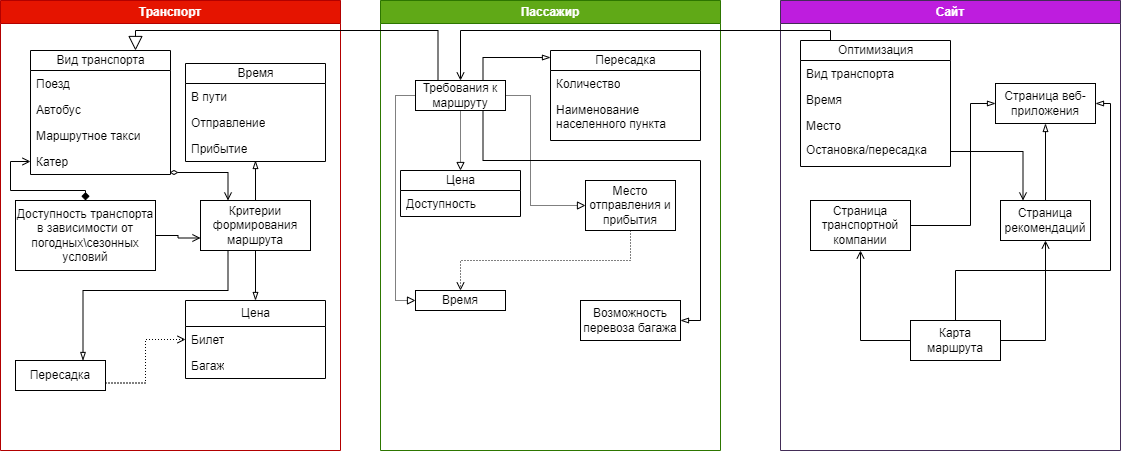
The draw.io diagram мпо.png in Anaastasiya/-, before a commit. Source tidied: cells renumbered, new cells last; positions are measured from the earlier drawing's top-left corner, leaving out a move shared by most shapes.
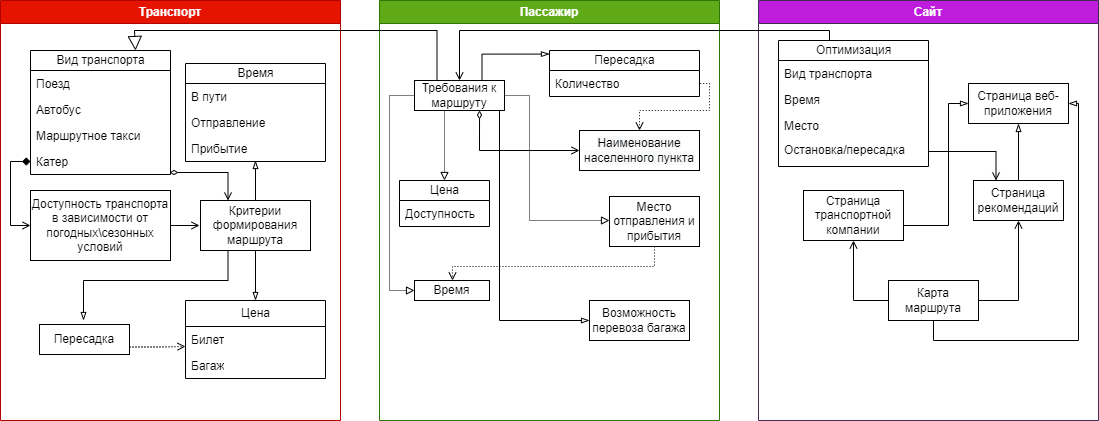
Above is the later version.

What changed in the source:
```diff
@@ -3,7 +3,7 @@
     <mxCell id="0" />
     <mxCell id="1" parent="0" />
     <mxCell id="2" value="Транспорт" style="swimlane;whiteSpace=wrap;html=1;fillColor=#e51400;strokeColor=#B20000;fontColor=#ffffff;" parent="1" vertex="1">
-      <mxGeometry width="340" height="450" as="geometry" />
+      <mxGeometry x="1" width="340" height="420" as="geometry" />
     </mxCell>
     <mxCell id="3" value="Вид транспорта" style="swimlane;fontStyle=0;horizontal=1;startSize=20;fillColor=none;html=1;" parent="2" vertex="1">
       <mxGeometry x="30" y="50" width="140" height="124" as="geometry" />
@@ -32,11 +32,11 @@
     <mxCell id="11" value="Прибытие" style="text;strokeColor=none;fillColor=none;align=left;verticalAlign=top;spacingLeft=4;spacingRight=4;overflow=hidden;points=[[0,0.5],[1,0.5]];portConstraint=eastwest;whiteSpace=wrap;html=1;" parent="8" vertex="1">
       <mxGeometry y="72" width="140" height="26" as="geometry" />
     </mxCell>
-    <mxCell id="12" style="edgeStyle=orthogonalEdgeStyle;rounded=0;jettySize=auto;html=1;exitX=1;exitY=0.75;exitDx=0;exitDy=0;entryX=0;entryY=0.5;entryDx=0;entryDy=0;startArrow=none;startFill=0;endArrow=open;endFill=0;dashed=1;dashPattern=1 2;" parent="2" edge="1" source="13" target="20">
+    <mxCell id="12" style="edgeStyle=orthogonalEdgeStyle;rounded=0;jettySize=auto;html=1;exitX=1;exitY=0.75;exitDx=0;exitDy=0;entryX=0;entryY=0.769;entryDx=0;entryDy=0;startArrow=none;startFill=0;endArrow=open;endFill=0;dashed=1;dashPattern=1 2;entryPerimeter=0;" parent="2" edge="1" source="13" target="20">
       <mxGeometry relative="1" as="geometry" />
     </mxCell>
     <mxCell id="13" value="Пересадка" style="whiteSpace=wrap;html=1;align=center;newEdgeStyle={&quot;edgeStyle&quot;:&quot;elbowEdgeStyle&quot;,&quot;startArrow&quot;:&quot;none&quot;,&quot;endArrow&quot;:&quot;none&quot;};" parent="2" vertex="1">
-      <mxGeometry x="15" y="360" width="90" height="30" as="geometry" />
+      <mxGeometry x="39" y="324" width="90" height="30" as="geometry" />
     </mxCell>
     <mxCell id="14" style="edgeStyle=orthogonalEdgeStyle;rounded=0;jettySize=auto;html=1;exitX=0.5;exitY=0;exitDx=0;exitDy=0;entryX=0.5;entryY=0.962;entryDx=0;entryDy=0;entryPerimeter=0;startArrow=none;startFill=0;endArrow=blockThin;endFill=0;" parent="2" edge="1" source="18" target="11">
       <mxGeometry relative="1" as="geometry" />
@@ -47,11 +47,12 @@
     <mxCell id="16" style="edgeStyle=orthogonalEdgeStyle;rounded=0;jettySize=auto;html=1;exitX=0.5;exitY=1;exitDx=0;exitDy=0;startArrow=none;startFill=0;endArrow=blockThin;endFill=0;" parent="2" edge="1" source="18" target="19">
       <mxGeometry relative="1" as="geometry" />
     </mxCell>
-    <mxCell id="17" style="edgeStyle=orthogonalEdgeStyle;rounded=0;jettySize=auto;html=1;exitX=0.25;exitY=1;exitDx=0;exitDy=0;entryX=0.75;entryY=0;entryDx=0;entryDy=0;startArrow=none;startFill=0;endArrow=blockThin;endFill=0;" parent="2" edge="1" source="18" target="13">
+    <mxCell id="17" style="edgeStyle=orthogonalEdgeStyle;rounded=0;jettySize=auto;html=1;exitX=0.25;exitY=1;exitDx=0;exitDy=0;startArrow=none;startFill=0;endArrow=blockThin;endFill=0;" parent="2" edge="1" source="18">
       <mxGeometry relative="1" as="geometry">
+        <mxPoint x="83" y="320" as="targetPoint" />
         <Array as="points">
-          <mxPoint x="228" y="290" />
-          <mxPoint x="83" y="290" />
+          <mxPoint x="228" y="280" />
+          <mxPoint x="83" y="280" />
         </Array>
       </mxGeometry>
     </mxCell>
@@ -67,82 +68,113 @@
     <mxCell id="21" value="Багаж" style="text;strokeColor=none;fillColor=none;align=left;verticalAlign=top;spacingLeft=4;spacingRight=4;overflow=hidden;whiteSpace=wrap;html=1;" parent="19" vertex="1">
       <mxGeometry y="52" width="140" height="26" as="geometry" />
     </mxCell>
-    <mxCell id="22" style="edgeStyle=orthogonalEdgeStyle;rounded=0;jettySize=auto;html=1;exitX=0.5;exitY=0;exitDx=0;exitDy=0;entryX=0;entryY=0.5;entryDx=0;entryDy=0;startArrow=diamond;startFill=1;endArrow=open;endFill=0;" parent="2" edge="1" source="24" target="7">
+    <mxCell id="22" style="edgeStyle=orthogonalEdgeStyle;rounded=0;jettySize=auto;html=1;exitX=0;exitY=0.5;exitDx=0;exitDy=0;entryX=0;entryY=0.5;entryDx=0;entryDy=0;startArrow=open;startFill=0;endArrow=diamond;endFill=1;" parent="2" edge="1" source="24" target="7">
       <mxGeometry relative="1" as="geometry">
         <Array as="points">
-          <mxPoint x="85" y="190" />
-          <mxPoint x="10" y="190" />
+          <mxPoint x="10" y="225" />
           <mxPoint x="10" y="161" />
         </Array>
       </mxGeometry>
     </mxCell>
-    <mxCell id="23" style="edgeStyle=orthogonalEdgeStyle;rounded=0;jettySize=auto;html=1;exitX=1;exitY=0.5;exitDx=0;exitDy=0;entryX=0;entryY=0.75;entryDx=0;entryDy=0;startArrow=none;startFill=0;endArrow=open;endFill=0;" parent="2" edge="1" source="24" target="18">
-      <mxGeometry relative="1" as="geometry" />
+    <mxCell id="23" style="edgeStyle=orthogonalEdgeStyle;rounded=0;jettySize=auto;html=1;exitX=1;exitY=0.5;exitDx=0;exitDy=0;startArrow=none;startFill=0;endArrow=open;endFill=0;" parent="2" edge="1" source="24">
+      <mxGeometry relative="1" as="geometry">
+        <mxPoint x="199" y="225" as="targetPoint" />
+        <Array as="points">
+          <mxPoint x="199" y="225" />
+        </Array>
+      </mxGeometry>
     </mxCell>
     <mxCell id="24" value="Доступность транспорта в зависимости от погодных\сезонных условий" style="whiteSpace=wrap;html=1;align=center;newEdgeStyle={&quot;edgeStyle&quot;:&quot;elbowEdgeStyle&quot;,&quot;startArrow&quot;:&quot;none&quot;,&quot;endArrow&quot;:&quot;none&quot;};" parent="2" vertex="1">
-      <mxGeometry x="15" y="200" width="140" height="70" as="geometry" />
+      <mxGeometry x="30" y="190" width="140" height="70" as="geometry" />
     </mxCell>
     <mxCell id="25" value="Пассажир" style="swimlane;whiteSpace=wrap;html=1;fillColor=#60a917;strokeColor=#2D7600;fontColor=#ffffff;" parent="1" vertex="1">
-      <mxGeometry x="380" width="340" height="450" as="geometry" />
+      <mxGeometry x="380" width="340" height="420" as="geometry" />
     </mxCell>
     <mxCell id="26" value="Цена" style="swimlane;fontStyle=0;horizontal=1;startSize=20;fillColor=none;html=1;" parent="25" vertex="1">
-      <mxGeometry x="20" y="170" width="120" height="46" as="geometry" />
+      <mxGeometry x="20" y="180" width="90" height="46" as="geometry" />
     </mxCell>
     <mxCell id="27" value="Доступность" style="text;strokeColor=none;fillColor=none;align=left;verticalAlign=top;spacingLeft=4;spacingRight=4;overflow=hidden;whiteSpace=wrap;html=1;" parent="26" vertex="1">
-      <mxGeometry y="20" width="120" height="26" as="geometry" />
+      <mxGeometry y="20" width="90" height="26" as="geometry" />
     </mxCell>
     <mxCell id="28" value="Пересадка" style="swimlane;fontStyle=0;horizontal=1;startSize=20;fillColor=none;html=1;" parent="25" vertex="1">
-      <mxGeometry x="170" y="50" width="150" height="90" as="geometry" />
+      <mxGeometry x="170" y="50" width="150" height="46" as="geometry" />
     </mxCell>
     <mxCell id="29" value="Количество" style="text;strokeColor=none;fillColor=none;align=left;verticalAlign=top;spacingLeft=4;spacingRight=4;overflow=hidden;points=[[0,0.5],[1,0.5]];portConstraint=eastwest;whiteSpace=wrap;html=1;" parent="28" vertex="1">
       <mxGeometry y="20" width="150" height="26" as="geometry" />
     </mxCell>
-    <mxCell id="30" value="Наименование населенного пункта" style="text;strokeColor=none;fillColor=none;align=left;verticalAlign=top;spacingLeft=4;spacingRight=4;overflow=hidden;points=[[0,0.5],[1,0.5]];portConstraint=eastwest;whiteSpace=wrap;html=1;" parent="28" vertex="1">
-      <mxGeometry y="46" width="150" height="44" as="geometry" />
-    </mxCell>
     <mxCell id="31" value="Возможность перевоза багажа" style="whiteSpace=wrap;html=1;align=center;newEdgeStyle={&quot;edgeStyle&quot;:&quot;elbowEdgeStyle&quot;,&quot;startArrow&quot;:&quot;none&quot;,&quot;endArrow&quot;:&quot;none&quot;};" parent="25" vertex="1">
-      <mxGeometry x="200" y="300" width="100" height="40" as="geometry" />
+      <mxGeometry x="210" y="300" width="100" height="40" as="geometry" />
     </mxCell>
     <mxCell id="32" style="edgeStyle=orthogonalEdgeStyle;rounded=0;jettySize=auto;html=1;exitX=0.5;exitY=1;exitDx=0;exitDy=0;dashed=1;dashPattern=1 2;startArrow=none;startFill=0;endArrow=open;endFill=0;strokeWidth=1;" parent="25" edge="1" source="33" target="34">
-      <mxGeometry relative="1" as="geometry" />
+      <mxGeometry relative="1" as="geometry">
+        <Array as="points">
+          <mxPoint x="275" y="266" />
+          <mxPoint x="73" y="266" />
+        </Array>
+      </mxGeometry>
     </mxCell>
     <mxCell id="33" value="Место отправления и прибытия" style="whiteSpace=wrap;html=1;align=center;newEdgeStyle={&quot;edgeStyle&quot;:&quot;elbowEdgeStyle&quot;,&quot;startArrow&quot;:&quot;none&quot;,&quot;endArrow&quot;:&quot;none&quot;};" parent="25" vertex="1">
-      <mxGeometry x="205" y="180" width="90" height="50" as="geometry" />
+      <mxGeometry x="230" y="196" width="90" height="50" as="geometry" />
     </mxCell>
     <mxCell id="34" value="Время" style="whiteSpace=wrap;html=1;align=center;newEdgeStyle={&quot;edgeStyle&quot;:&quot;elbowEdgeStyle&quot;,&quot;startArrow&quot;:&quot;none&quot;,&quot;endArrow&quot;:&quot;none&quot;};" parent="25" vertex="1">
-      <mxGeometry x="35" y="290" width="90" height="20" as="geometry" />
+      <mxGeometry x="35" y="280" width="75" height="20" as="geometry" />
     </mxCell>
-    <mxCell id="35" style="edgeStyle=orthogonalEdgeStyle;rounded=0;jettySize=auto;html=1;exitX=0.5;exitY=1;exitDx=0;exitDy=0;entryX=0.5;entryY=0;entryDx=0;entryDy=0;dashed=1;dashPattern=1 1;startArrow=none;startFill=0;endArrow=block;endFill=0;" parent="25" edge="1" source="40" target="26">
-      <mxGeometry relative="1" as="geometry" />
+    <mxCell id="35" style="edgeStyle=orthogonalEdgeStyle;rounded=0;jettySize=auto;html=1;entryX=0.5;entryY=0;entryDx=0;entryDy=0;dashed=1;dashPattern=1 1;startArrow=none;startFill=0;endArrow=block;endFill=0;" parent="25" edge="1" target="26">
+      <mxGeometry relative="1" as="geometry">
+        <mxPoint x="65" y="100" as="sourcePoint" />
+      </mxGeometry>
     </mxCell>
-    <mxCell id="36" style="edgeStyle=orthogonalEdgeStyle;rounded=0;jettySize=auto;html=1;exitX=1;exitY=0.5;exitDx=0;exitDy=0;entryX=0;entryY=0.5;entryDx=0;entryDy=0;dashed=1;dashPattern=1 1;startArrow=none;startFill=0;endArrow=block;endFill=0;" parent="25" edge="1" source="40" target="33">
+    <mxCell id="36" style="edgeStyle=orthogonalEdgeStyle;rounded=0;jettySize=auto;html=1;exitX=1;exitY=0.5;exitDx=0;exitDy=0;dashed=1;dashPattern=1 1;startArrow=none;startFill=0;endArrow=block;endFill=0;" parent="25" edge="1" source="40">
       <mxGeometry relative="1" as="geometry">
+        <mxPoint x="230" y="220" as="targetPoint" />
         <Array as="points">
           <mxPoint x="150" y="95" />
-          <mxPoint x="150" y="205" />
+          <mxPoint x="150" y="220" />
+          <mxPoint x="230" y="220" />
         </Array>
       </mxGeometry>
     </mxCell>
     <mxCell id="37" style="edgeStyle=orthogonalEdgeStyle;rounded=0;jettySize=auto;html=1;exitX=0;exitY=0.5;exitDx=0;exitDy=0;entryX=0;entryY=0.5;entryDx=0;entryDy=0;dashed=1;dashPattern=1 1;startArrow=none;startFill=0;endArrow=block;endFill=0;" parent="25" edge="1" source="40" target="34">
-      <mxGeometry relative="1" as="geometry" />
+      <mxGeometry relative="1" as="geometry">
+        <Array as="points">
+          <mxPoint x="10" y="95" />
+          <mxPoint x="10" y="290" />
+        </Array>
+      </mxGeometry>
     </mxCell>
     <mxCell id="38" style="edgeStyle=orthogonalEdgeStyle;rounded=0;jettySize=auto;html=1;exitX=0.75;exitY=0;exitDx=0;exitDy=0;entryX=0;entryY=0.078;entryDx=0;entryDy=0;entryPerimeter=0;strokeWidth=1;startArrow=none;startFill=0;endArrow=blockThin;endFill=0;" parent="25" edge="1" source="40" target="28">
       <mxGeometry relative="1" as="geometry" />
     </mxCell>
-    <mxCell id="39" style="edgeStyle=orthogonalEdgeStyle;rounded=0;jettySize=auto;html=1;exitX=0.75;exitY=1;exitDx=0;exitDy=0;entryX=1;entryY=0.5;entryDx=0;entryDy=0;strokeWidth=1;startArrow=none;startFill=0;endArrow=blockThin;endFill=0;" parent="25" edge="1" source="40" target="31">
+    <mxCell id="39" style="edgeStyle=orthogonalEdgeStyle;rounded=0;jettySize=auto;html=1;exitX=1;exitY=1;exitDx=0;exitDy=0;entryX=0;entryY=0.5;entryDx=0;entryDy=0;strokeWidth=1;startArrow=none;startFill=0;endArrow=blockThin;endFill=0;" parent="25" edge="1" source="40" target="31">
       <mxGeometry relative="1" as="geometry">
         <Array as="points">
-          <mxPoint x="103" y="160" />
-          <mxPoint x="320" y="160" />
-          <mxPoint x="320" y="320" />
+          <mxPoint x="120" y="110" />
+          <mxPoint x="120" y="320" />
         </Array>
       </mxGeometry>
     </mxCell>
     <mxCell id="40" value="Требования к маршруту" style="whiteSpace=wrap;html=1;align=center;newEdgeStyle={&quot;edgeStyle&quot;:&quot;elbowEdgeStyle&quot;,&quot;startArrow&quot;:&quot;none&quot;,&quot;endArrow&quot;:&quot;none&quot;};" parent="25" vertex="1">
       <mxGeometry x="35" y="80" width="90" height="30" as="geometry" />
     </mxCell>
+    <mxCell id="59" style="edgeStyle=orthogonalEdgeStyle;rounded=0;jettySize=auto;html=1;dashed=1;dashPattern=1 2;endArrow=none;endFill=0;startArrow=open;startFill=0;" parent="25" edge="1" source="30" target="29">
+      <mxGeometry relative="1" as="geometry">
+        <Array as="points">
+          <mxPoint x="260" y="110" />
+          <mxPoint x="330" y="110" />
+          <mxPoint x="330" y="83" />
+        </Array>
+      </mxGeometry>
+    </mxCell>
+    <mxCell id="30" value="&lt;span style=&quot;color: rgb(0, 0, 0); font-family: Helvetica; font-size: 12px; font-style: normal; font-variant-ligatures: normal; font-variant-caps: normal; font-weight: 400; letter-spacing: normal; orphans: 2; text-align: left; text-indent: 0px; text-transform: none; widows: 2; word-spacing: 0px; -webkit-text-stroke-width: 0px; background-color: rgb(248, 249, 250); text-decoration-thickness: initial; text-decoration-style: initial; text-decoration-color: initial; float: none; display: inline !important;&quot;&gt;Наименование населенного пункта&lt;/span&gt;" style="whiteSpace=wrap;html=1;align=center;newEdgeStyle={&quot;edgeStyle&quot;:&quot;elbowEdgeStyle&quot;,&quot;startArrow&quot;:&quot;none&quot;,&quot;endArrow&quot;:&quot;none&quot;};" parent="25" vertex="1">
+      <mxGeometry x="200" y="130" width="120" height="40" as="geometry" />
+    </mxCell>
+    <mxCell id="60" style="edgeStyle=orthogonalEdgeStyle;rounded=0;jettySize=auto;html=1;exitX=0;exitY=0.5;exitDx=0;exitDy=0;entryX=0.993;entryY=0.923;entryDx=0;entryDy=0;entryPerimeter=0;startArrow=open;startFill=0;endArrow=diamondThin;endFill=0;" parent="25" edge="1" source="30">
+      <mxGeometry relative="1" as="geometry">
+        <mxPoint x="100" y="110" as="targetPoint" />
+      </mxGeometry>
+    </mxCell>
     <mxCell id="41" value="Сайт" style="swimlane;whiteSpace=wrap;html=1;fillColor=#BE1DDE;strokeColor=#432D57;fontColor=#ffffff;" parent="1" vertex="1">
-      <mxGeometry x="780" width="340" height="450" as="geometry" />
+      <mxGeometry x="759" width="340" height="420" as="geometry" />
     </mxCell>
     <mxCell id="42" value="Оптимизация" style="swimlane;fontStyle=0;horizontal=1;startSize=20;fillColor=none;html=1;" parent="41" vertex="1">
       <mxGeometry x="20" y="40" width="150" height="126" as="geometry" />
@@ -168,20 +200,20 @@
       </mxGeometry>
     </mxCell>
     <mxCell id="48" value="Страница транспортной компании" style="whiteSpace=wrap;html=1;align=center;newEdgeStyle={&quot;edgeStyle&quot;:&quot;elbowEdgeStyle&quot;,&quot;startArrow&quot;:&quot;none&quot;,&quot;endArrow&quot;:&quot;none&quot;};" parent="41" vertex="1">
-      <mxGeometry x="30" y="200" width="100" height="50" as="geometry" />
+      <mxGeometry x="45" y="190" width="100" height="50" as="geometry" />
     </mxCell>
     <mxCell id="49" style="edgeStyle=orthogonalEdgeStyle;rounded=0;jettySize=auto;html=1;exitX=0.5;exitY=0;exitDx=0;exitDy=0;entryX=0.5;entryY=1;entryDx=0;entryDy=0;strokeWidth=1;startArrow=none;startFill=0;endArrow=blockThin;endFill=0;" parent="41" edge="1" source="50" target="55">
       <mxGeometry relative="1" as="geometry" />
     </mxCell>
     <mxCell id="50" value="Страница рекомендаций" style="whiteSpace=wrap;html=1;align=center;newEdgeStyle={&quot;edgeStyle&quot;:&quot;elbowEdgeStyle&quot;,&quot;startArrow&quot;:&quot;none&quot;,&quot;endArrow&quot;:&quot;none&quot;};" parent="41" vertex="1">
-      <mxGeometry x="220" y="200" width="90" height="40" as="geometry" />
+      <mxGeometry x="215" y="180" width="90" height="40" as="geometry" />
     </mxCell>
-    <mxCell id="51" style="edgeStyle=orthogonalEdgeStyle;rounded=0;jettySize=auto;html=1;exitX=0.5;exitY=0;exitDx=0;exitDy=0;entryX=1;entryY=0.5;entryDx=0;entryDy=0;strokeWidth=1;startArrow=none;startFill=0;endArrow=blockThin;endFill=0;" parent="41" edge="1" source="54" target="55">
+    <mxCell id="51" style="edgeStyle=orthogonalEdgeStyle;rounded=0;jettySize=auto;html=1;exitX=0.5;exitY=1;exitDx=0;exitDy=0;entryX=1;entryY=0.5;entryDx=0;entryDy=0;strokeWidth=1;startArrow=none;startFill=0;endArrow=blockThin;endFill=0;" parent="41" edge="1" source="54" target="55">
       <mxGeometry relative="1" as="geometry">
         <Array as="points">
-          <mxPoint x="175" y="270" />
-          <mxPoint x="330" y="270" />
-          <mxPoint x="330" y="103" />
+          <mxPoint x="175" y="340" />
+          <mxPoint x="320" y="340" />
+          <mxPoint x="320" y="103" />
         </Array>
       </mxGeometry>
     </mxCell>
@@ -192,10 +224,10 @@
       <mxGeometry relative="1" as="geometry" />
     </mxCell>
     <mxCell id="54" value="Карта маршрута" style="whiteSpace=wrap;html=1;align=center;newEdgeStyle={&quot;edgeStyle&quot;:&quot;elbowEdgeStyle&quot;,&quot;startArrow&quot;:&quot;none&quot;,&quot;endArrow&quot;:&quot;none&quot;};" parent="41" vertex="1">
-      <mxGeometry x="130" y="320" width="90" height="40" as="geometry" />
+      <mxGeometry x="130" y="280" width="90" height="40" as="geometry" />
     </mxCell>
     <mxCell id="55" value="Страница веб-приложения" style="whiteSpace=wrap;html=1;align=center;newEdgeStyle={&quot;edgeStyle&quot;:&quot;elbowEdgeStyle&quot;,&quot;startArrow&quot;:&quot;none&quot;,&quot;endArrow&quot;:&quot;none&quot;};" parent="41" vertex="1">
-      <mxGeometry x="215" y="83" width="100" height="40" as="geometry" />
+      <mxGeometry x="210" y="83" width="100" height="40" as="geometry" />
     </mxCell>
     <mxCell id="56" style="edgeStyle=orthogonalEdgeStyle;rounded=0;jettySize=auto;html=1;exitX=1;exitY=0.5;exitDx=0;exitDy=0;entryX=0.25;entryY=0;entryDx=0;entryDy=0;strokeWidth=1;startArrow=none;startFill=0;endArrow=open;endFill=0;" parent="41" edge="1" source="46" target="50">
       <mxGeometry relative="1" as="geometry" />
```
